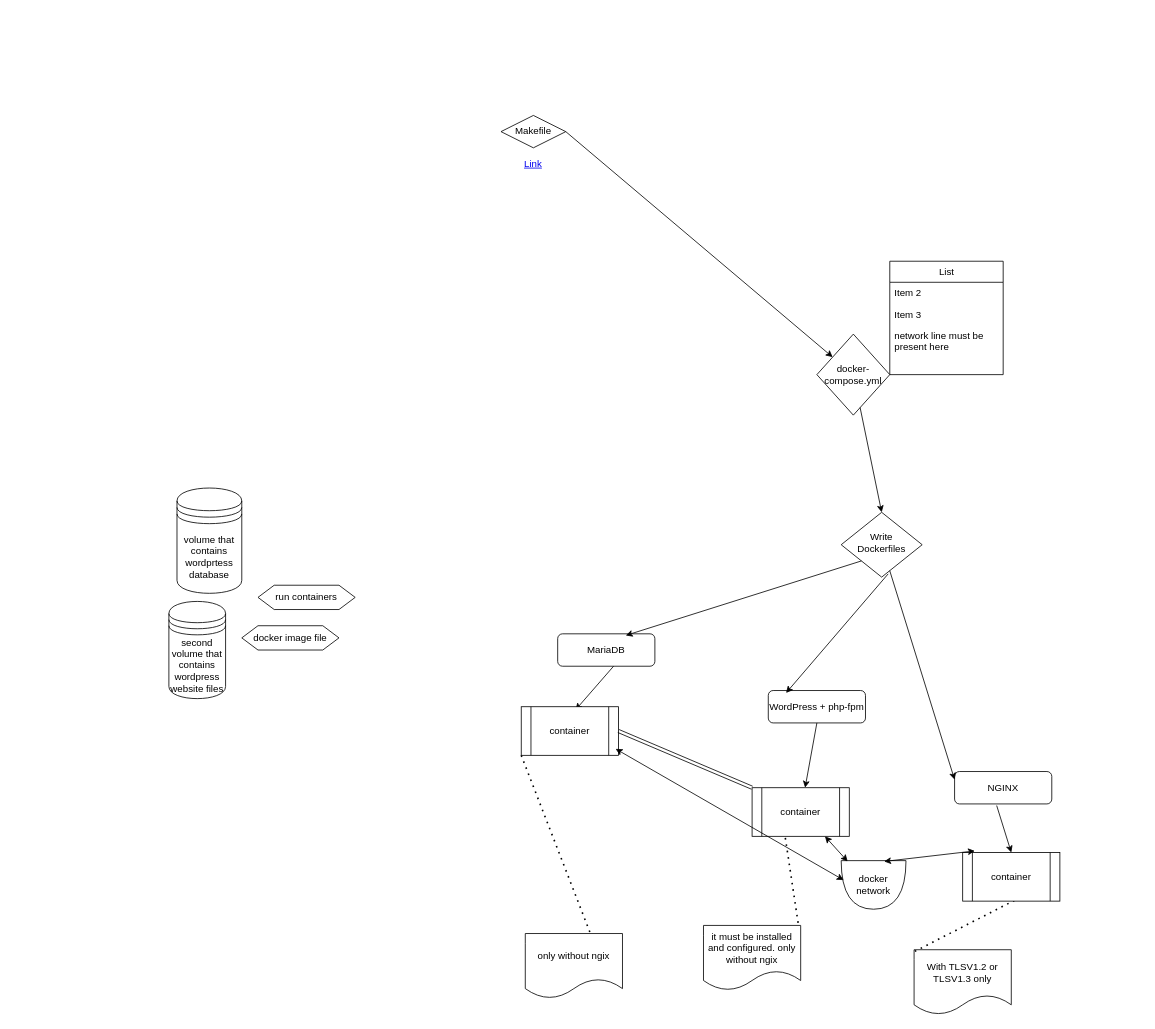
sparklebutt/Inception keeps this draw.io diagram as Untitled Diagram.drawio. Above is the earlier version. Source tidied: cells renumbered, new cells numbered last; positions are measured from the earlier drawing's top-left corner, leaving out a move shared by most shapes. Both pictures are drawn from the tidied source at 81%, with x=0, y=0 at pixel (168, 115).
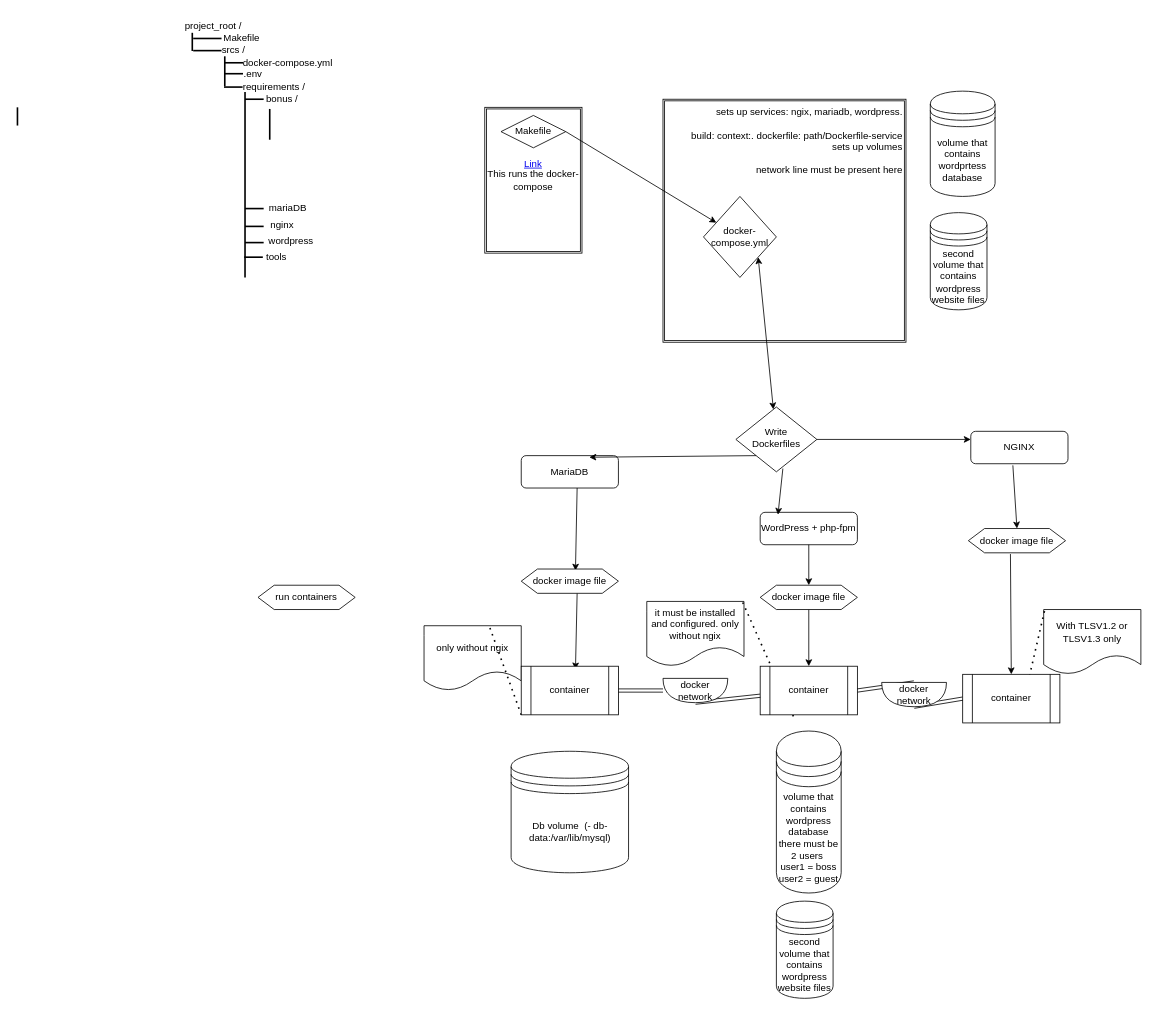
Above is the later version.

Diff of the diagram source:
```diff
@@
+    <mxCell id="39" value="sets up services: ngix, mariadb, wordpress.&lt;div&gt;&lt;br&gt;&lt;/div&gt;&lt;div&gt;build: context:. dockerfile: path/Dockerfile-service&lt;/div&gt;&lt;div&gt;sets up volumes&lt;/div&gt;&lt;div&gt;&lt;br&gt;&lt;/div&gt;&lt;div&gt;network line must be present here&lt;/div&gt;" style="shape=ext;double=1;whiteSpace=wrap;html=1;align=right;verticalAlign=top;" parent="1" vertex="1">
+      <mxGeometry x="610" y="-20" width="300" height="300" as="geometry" />
+    </mxCell>
+    <mxCell id="40" value="This runs the docker-compose" style="shape=ext;double=1;rounded=0;whiteSpace=wrap;html=1;" parent="1" vertex="1">
+      <mxGeometry x="390" y="-10" width="120" height="180" as="geometry" />
+    </mxCell>
     <mxCell id="2" value="NGINX" style="rounded=1;whiteSpace=wrap;html=1;fontSize=12;glass=0;strokeWidth=1;shadow=0;" parent="1" vertex="1">
-      <mxGeometry x="970" y="810" width="120" height="40" as="geometry" />
+      <mxGeometry x="990" y="390" width="120" height="40" as="geometry" />
     </mxCell>
     <mxCell id="3" value="Write Dockerfiles" style="rhombus;whiteSpace=wrap;html=1;shadow=0;fontFamily=Helvetica;fontSize=12;align=center;strokeWidth=1;spacing=6;spacingTop=-4;" parent="1" vertex="1">
-      <mxGeometry x="830" y="490" width="100" height="80" as="geometry" />
+      <mxGeometry x="700" y="360" width="100" height="80" as="geometry" />
     </mxCell>
     <mxCell id="4" value="MariaDB" style="rounded=1;whiteSpace=wrap;html=1;fontSize=12;glass=0;strokeWidth=1;shadow=0;" parent="1" vertex="1">
-      <mxGeometry x="480" y="640" width="120" height="40" as="geometry" />
+      <mxGeometry x="435" y="420" width="120" height="40" as="geometry" />
     </mxCell>
     <mxCell id="5" value="WordPress + php-fpm" style="rounded=1;whiteSpace=wrap;html=1;fontSize=12;glass=0;strokeWidth=1;shadow=0;" parent="1" vertex="1">
-      <mxGeometry x="740" y="710" width="120" height="40" as="geometry" />
+      <mxGeometry x="730" y="490" width="120" height="40" as="geometry" />
     </mxCell>
@@
     <mxCell id="10" value="docker-compose.yml" style="rhombus;whiteSpace=wrap;html=1;" parent="1" vertex="1">
-      <mxGeometry x="800" y="270" width="90" height="100" as="geometry" />
+      <mxGeometry x="660" y="100" width="90" height="100" as="geometry" />
     </mxCell>
@@
     <mxCell id="12" value="only without ngix" style="shape=document;whiteSpace=wrap;html=1;boundedLbl=1;" parent="1" vertex="1">
-      <mxGeometry x="440" y="1010" width="120" height="80" as="geometry" />
+      <mxGeometry x="315" y="630" width="120" height="80" as="geometry" />
     </mxCell>
     <mxCell id="13" value="it must be installed and configured. only without ngix" style="shape=document;whiteSpace=wrap;html=1;boundedLbl=1;" parent="1" vertex="1">
-      <mxGeometry x="660" y="1000" width="120" height="80" as="geometry" />
+      <mxGeometry x="590" y="600" width="120" height="80" as="geometry" />
     </mxCell>
     <mxCell id="14" value="With TLSV1.2 or TLSV1.3 only" style="shape=document;whiteSpace=wrap;html=1;boundedLbl=1;" parent="1" vertex="1">
-      <mxGeometry x="920" y="1030" width="120" height="80" as="geometry" />
+      <mxGeometry x="1080" y="610" width="120" height="80" as="geometry" />
     </mxCell>
@@
-    <mxCell id="19" style="endArrow=classic;html=1;rounded=0;entryX=0.5;entryY=0;entryDx=0;entryDy=0;" parent="1" edge="1" source="10" target="3">
-      <mxGeometry relative="1" as="geometry" />
-    </mxCell>
-    <mxCell id="20" style="endArrow=classic;html=1;rounded=0;exitX=0.575;exitY=1;exitDx=0;exitDy=0;exitPerimeter=0;entryX=0.558;entryY=0.067;entryDx=0;entryDy=0;entryPerimeter=0;" parent="1" edge="1" source="4" target="25">
+    <mxCell id="20" style="endArrow=classic;html=1;rounded=0;exitX=0.575;exitY=1;exitDx=0;exitDy=0;exitPerimeter=0;entryX=0.558;entryY=0.067;entryDx=0;entryDy=0;entryPerimeter=0;" parent="1" edge="1" source="26" target="25">
       <mxGeometry relative="1" as="geometry" />
     </mxCell>
-    <mxCell id="21" style="endArrow=classic;html=1;rounded=0;exitX=0.5;exitY=1;exitDx=0;exitDy=0;" parent="1" edge="1" source="5" target="24">
+    <mxCell id="21" style="endArrow=classic;html=1;rounded=0;exitX=0.5;exitY=1;exitDx=0;exitDy=0;" parent="1" edge="1" source="72" target="24">
       <mxGeometry relative="1" as="geometry" />
     </mxCell>
-    <mxCell id="22" style="endArrow=classic;html=1;rounded=0;exitX=0.433;exitY=1.05;exitDx=0;exitDy=0;exitPerimeter=0;entryX=0.5;entryY=0;entryDx=0;entryDy=0;" parent="1" edge="1" source="2" target="23">
+    <mxCell id="22" style="endArrow=classic;html=1;rounded=0;exitX=0.433;exitY=1.05;exitDx=0;exitDy=0;exitPerimeter=0;entryX=0.5;entryY=0;entryDx=0;entryDy=0;" parent="1" edge="1" source="74" target="23">
       <mxGeometry relative="1" as="geometry" />
     </mxCell>
     <mxCell id="23" value="container" style="shape=process;whiteSpace=wrap;html=1;backgroundOutline=1;" parent="1" vertex="1">
-      <mxGeometry x="980" y="910" width="120" height="60" as="geometry" />
+      <mxGeometry x="980" y="690" width="120" height="60" as="geometry" />
     </mxCell>
     <mxCell id="24" value="container" style="shape=process;whiteSpace=wrap;html=1;backgroundOutline=1;" parent="1" vertex="1">
-      <mxGeometry x="720" y="830" width="120" height="60" as="geometry" />
+      <mxGeometry x="730" y="680" width="120" height="60" as="geometry" />
     </mxCell>
     <mxCell id="25" value="container" style="shape=process;whiteSpace=wrap;html=1;backgroundOutline=1;" parent="1" vertex="1">
-      <mxGeometry x="435" y="730" width="120" height="60" as="geometry" />
+      <mxGeometry x="435" y="680" width="120" height="60" as="geometry" />
     </mxCell>
-    <mxCell id="26" value="docker image file" style="shape=hexagon;perimeter=hexagonPerimeter2;whiteSpace=wrap;html=1;fixedSize=1;" parent="1" vertex="1">
-      <mxGeometry x="90" y="630" width="120" height="30" as="geometry" />
-    </mxCell>
     <mxCell id="27" value="volume that contains wordprtess database" style="shape=datastore;whiteSpace=wrap;html=1;" parent="1" vertex="1">
-      <mxGeometry x="10" y="460" width="80" height="130" as="geometry" />
+      <mxGeometry x="940" y="-30" width="80" height="130" as="geometry" />
     </mxCell>
     <mxCell id="28" value="second volume that contains wordpress website files" style="shape=datastore;whiteSpace=wrap;html=1;" parent="1" vertex="1">
-      <mxGeometry y="600" width="70" height="120" as="geometry" />
+      <mxGeometry x="940" y="120" width="70" height="120" as="geometry" />
     </mxCell>
-    <mxCell id="29" value="docker network" style="shape=or;whiteSpace=wrap;html=1;direction=south;" parent="1" vertex="1">
-      <mxGeometry x="830" y="920" width="80" height="60" as="geometry" />
-    </mxCell>
-    <mxCell id="30" style="endArrow=classic;startArrow=classic;html=1;rounded=0;entryX=0.4;entryY=0.963;entryDx=0;entryDy=0;entryPerimeter=0;exitX=0.971;exitY=0.867;exitDx=0;exitDy=0;exitPerimeter=0;" parent="1" edge="1" source="25" target="29">
-      <mxGeometry relative="1" as="geometry" />
-    </mxCell>
-    <mxCell id="31" style="endArrow=classic;startArrow=classic;html=1;rounded=0;exitX=0.017;exitY=0.9;exitDx=0;exitDy=0;exitPerimeter=0;entryX=0.75;entryY=1;entryDx=0;entryDy=0;" parent="1" edge="1" source="29" target="24">
-      <mxGeometry relative="1" as="geometry" />
-    </mxCell>
-    <mxCell id="32" style="endArrow=classic;startArrow=classic;html=1;rounded=0;entryX=0.125;entryY=-0.033;entryDx=0;entryDy=0;entryPerimeter=0;exitX=0.017;exitY=0.338;exitDx=0;exitDy=0;exitPerimeter=0;" parent="1" edge="1" source="29" target="23">
-      <mxGeometry relative="1" as="geometry" />
-    </mxCell>
-    <mxCell id="33" value="List" style="swimlane;fontStyle=0;horizontal=1;startSize=26;fillColor=none;html=1;" parent="1" vertex="1">
-      <mxGeometry x="890" y="180" width="140" height="140" as="geometry" />
-    </mxCell>
-    <mxCell id="34" value="Item 2" style="text;strokeColor=none;fillColor=none;align=left;verticalAlign=top;spacingLeft=4;spacingRight=4;overflow=hidden;whiteSpace=wrap;html=1;" parent="33" vertex="1">
-      <mxGeometry y="26" width="140" height="26" as="geometry" />
-    </mxCell>
-    <mxCell id="35" value="Item 3" style="text;strokeColor=none;fillColor=none;align=left;verticalAlign=top;spacingLeft=4;spacingRight=4;overflow=hidden;whiteSpace=wrap;html=1;" parent="33" vertex="1">
-      <mxGeometry y="52" width="140" height="26" as="geometry" />
-    </mxCell>
-    <mxCell id="36" value="network line must be present here&lt;div&gt;&lt;br&gt;&lt;/div&gt;" style="text;strokeColor=none;fillColor=none;align=left;verticalAlign=top;spacingLeft=4;spacingRight=4;overflow=hidden;whiteSpace=wrap;html=1;" parent="33" vertex="1">
-      <mxGeometry y="78" width="140" height="62" as="geometry" />
-    </mxCell>
-    <mxCell id="37" style="shape=link;html=1;rounded=0;exitX=1;exitY=0.5;exitDx=0;exitDy=0;" parent="1" edge="1" source="25">
-      <mxGeometry relative="1" as="geometry">
-        <mxPoint x="720" y="830" as="targetPoint" />
-      </mxGeometry>
+    <mxCell id="37" style="shape=link;html=1;rounded=0;exitX=1;exitY=0.5;exitDx=0;exitDy=0;" parent="1" edge="1" source="29" target="24">
+      <mxGeometry relative="1" as="geometry" />
     </mxCell>
@@
+    <mxCell id="41" value="Makefile" style="text;html=1;align=center;verticalAlign=middle;whiteSpace=wrap;rounded=0;" parent="1" vertex="1">
+      <mxGeometry x="60" y="-110" width="60" height="30" as="geometry" />
+    </mxCell>
+    <mxCell id="42" value="project_root /" style="text;html=1;align=center;verticalAlign=middle;whiteSpace=wrap;rounded=0;" parent="1" vertex="1">
+      <mxGeometry x="15" y="-125" width="80" height="30" as="geometry" />
+    </mxCell>
+    <mxCell id="43" value="srcs /" style="text;html=1;align=center;verticalAlign=middle;whiteSpace=wrap;rounded=0;" parent="1" vertex="1">
+      <mxGeometry x="50" y="-95" width="60" height="30" as="geometry" />
+    </mxCell>
+    <mxCell id="44" value="docker-compose.yml" style="text;html=1;align=center;verticalAlign=middle;whiteSpace=wrap;rounded=0;" parent="1" vertex="1">
+      <mxGeometry x="72" y="-80" width="150" height="30" as="geometry" />
+    </mxCell>
+    <mxCell id="45" value=".env" style="text;html=1;align=center;verticalAlign=middle;whiteSpace=wrap;rounded=0;" parent="1" vertex="1">
+      <mxGeometry x="74" y="-66.5" width="60" height="30" as="geometry" />
+    </mxCell>
+    <mxCell id="46" value="requirements /" style="text;html=1;align=center;verticalAlign=middle;whiteSpace=wrap;rounded=0;" parent="1" vertex="1">
+      <mxGeometry x="90" y="-50" width="80" height="30" as="geometry" />
+    </mxCell>
+    <mxCell id="47" value="bonus /" style="text;html=1;align=center;verticalAlign=middle;whiteSpace=wrap;rounded=0;" parent="1" vertex="1">
+      <mxGeometry x="110" y="-40" width="60" height="39" as="geometry" />
+    </mxCell>
+    <mxCell id="48" style="line;strokeWidth=2;html=1;" parent="1" vertex="1">
+      <mxGeometry x="30" y="-102.5" width="35" height="15" as="geometry" />
+    </mxCell>
+    <mxCell id="49" style="group;" parent="1" vertex="1">
+      <mxGeometry x="22.8" y="-102" width="42.2" height="29.5" as="geometry" />
+    </mxCell>
+    <mxCell id="50" style="group;" parent="49" vertex="1">
+      <mxGeometry width="42.2" height="29.5" as="geometry" />
+    </mxCell>
+    <mxCell id="51" style="line;strokeWidth=2;direction=south;html=1;" parent="50" vertex="1">
+      <mxGeometry width="12.2" height="22.5" as="geometry" />
+    </mxCell>
+    <mxCell id="52" style="line;strokeWidth=2;html=1;" parent="50" vertex="1">
+      <mxGeometry x="7.2" y="14.5" width="35" height="15" as="geometry" />
+    </mxCell>
+    <mxCell id="53" style="line;strokeWidth=2;html=1;direction=south;" parent="1" vertex="1">
+      <mxGeometry x="-190" y="-10" width="6.1" height="22.5" as="geometry" />
+    </mxCell>
+    <mxCell id="54" value="mariaDB" style="text;html=1;align=center;verticalAlign=middle;whiteSpace=wrap;rounded=0;" parent="1" vertex="1">
+      <mxGeometry x="117" y="100" width="60" height="30" as="geometry" />
+    </mxCell>
+    <mxCell id="55" style="line;strokeWidth=2;direction=south;html=1;" parent="1" vertex="1">
+      <mxGeometry x="64" y="-73" width="10" height="37" as="geometry" />
+    </mxCell>
+    <mxCell id="56" style="line;strokeWidth=2;html=1;" parent="1" vertex="1">
+      <mxGeometry x="68.5" y="-70" width="23" height="10" as="geometry" />
+    </mxCell>
+    <mxCell id="57" style="line;strokeWidth=2;html=1;" parent="1" vertex="1">
+      <mxGeometry x="68.5" y="-56.5" width="23" height="10" as="geometry" />
+    </mxCell>
+    <mxCell id="58" style="line;strokeWidth=2;html=1;" parent="1" vertex="1">
+      <mxGeometry x="68" y="-40" width="23" height="10" as="geometry" />
+    </mxCell>
+    <mxCell id="59" style="line;strokeWidth=2;direction=south;html=1;" parent="1" vertex="1">
+      <mxGeometry x="89" y="-29" width="10" height="229" as="geometry" />
+    </mxCell>
+    <mxCell id="60" style="line;strokeWidth=2;html=1;" parent="1" vertex="1">
+      <mxGeometry x="94" y="-25" width="23" height="10" as="geometry" />
+    </mxCell>
+    <mxCell id="61" style="line;strokeWidth=2;html=1;" parent="1" vertex="1">
+      <mxGeometry x="94" y="110" width="23" height="10" as="geometry" />
+    </mxCell>
+    <mxCell id="62" style="line;strokeWidth=2;html=1;" parent="1" vertex="1">
+      <mxGeometry x="94" y="132" width="23" height="10" as="geometry" />
+    </mxCell>
+    <mxCell id="63" style="line;strokeWidth=2;html=1;" parent="1" vertex="1">
+      <mxGeometry x="94" y="152" width="23" height="10" as="geometry" />
+    </mxCell>
+    <mxCell id="64" value="wordpress" style="text;html=1;align=center;verticalAlign=middle;whiteSpace=wrap;rounded=0;" parent="1" vertex="1">
+      <mxGeometry x="121" y="140" width="60" height="30" as="geometry" />
+    </mxCell>
+    <mxCell id="65" value="nginx" style="text;html=1;align=center;verticalAlign=middle;whiteSpace=wrap;rounded=0;" parent="1" vertex="1">
+      <mxGeometry x="110" y="120" width="60" height="30" as="geometry" />
+    </mxCell>
+    <mxCell id="66" value="tools" style="text;html=1;align=center;verticalAlign=middle;whiteSpace=wrap;rounded=0;" parent="1" vertex="1">
+      <mxGeometry x="103" y="160" width="60" height="30" as="geometry" />
+    </mxCell>
+    <mxCell id="67" style="line;strokeWidth=2;html=1;" parent="1" vertex="1">
+      <mxGeometry x="93" y="170" width="23" height="10" as="geometry" />
+    </mxCell>
+    <mxCell id="68" style="line;strokeWidth=2;direction=south;html=1;" parent="1" vertex="1">
+      <mxGeometry x="19" y="-8" width="211" height="38" as="geometry" />
+    </mxCell>
+    <mxCell id="69" style="endArrow=classic;startArrow=classic;html=1;rounded=0;entryX=1;entryY=1;entryDx=0;entryDy=0;" parent="1" edge="1" source="3" target="10">
+      <mxGeometry relative="1" as="geometry" />
+    </mxCell>
+    <mxCell id="70" style="endArrow=classic;html=1;rounded=0;exitX=0.575;exitY=1;exitDx=0;exitDy=0;exitPerimeter=0;entryX=0.558;entryY=0.067;entryDx=0;entryDy=0;entryPerimeter=0;" parent="1" edge="1" source="4" target="26">
+      <mxGeometry relative="1" as="geometry" />
+    </mxCell>
+    <mxCell id="26" value="docker image file" style="shape=hexagon;perimeter=hexagonPerimeter2;whiteSpace=wrap;html=1;fixedSize=1;" parent="1" vertex="1">
+      <mxGeometry x="435" y="560" width="120" height="30" as="geometry" />
+    </mxCell>
+    <mxCell id="71" style="endArrow=classic;html=1;rounded=0;exitX=0.5;exitY=1;exitDx=0;exitDy=0;" parent="1" edge="1" source="5" target="72">
+      <mxGeometry relative="1" as="geometry" />
+    </mxCell>
+    <mxCell id="72" value="docker image file" style="shape=hexagon;perimeter=hexagonPerimeter2;whiteSpace=wrap;html=1;fixedSize=1;" parent="1" vertex="1">
+      <mxGeometry x="730" y="580" width="120" height="30" as="geometry" />
+    </mxCell>
+    <mxCell id="73" style="endArrow=classic;html=1;rounded=0;exitX=0.433;exitY=1.05;exitDx=0;exitDy=0;exitPerimeter=0;entryX=0.5;entryY=0;entryDx=0;entryDy=0;" parent="1" edge="1" source="2" target="74">
+      <mxGeometry relative="1" as="geometry" />
+    </mxCell>
+    <mxCell id="74" value="docker image file" style="shape=hexagon;perimeter=hexagonPerimeter2;whiteSpace=wrap;html=1;fixedSize=1;" parent="1" vertex="1">
+      <mxGeometry x="987" y="510" width="120" height="30" as="geometry" />
+    </mxCell>
+    <mxCell id="75" value="volume that contains wordpress database&lt;div&gt;there must be 2 users&amp;nbsp;&lt;div&gt;user1 = boss&lt;/div&gt;&lt;div&gt;user2 = guest&lt;/div&gt;&lt;/div&gt;" style="shape=datastore;whiteSpace=wrap;html=1;" parent="1" vertex="1">
+      <mxGeometry x="750" y="760" width="80" height="200" as="geometry" />
+    </mxCell>
+    <mxCell id="76" value="second volume that contains wordpress website files" style="shape=datastore;whiteSpace=wrap;html=1;" parent="1" vertex="1">
+      <mxGeometry x="750" y="970" width="70" height="120" as="geometry" />
+    </mxCell>
+    <mxCell id="77" style="shape=link;html=1;rounded=0;exitX=1;exitY=0.5;exitDx=0;exitDy=0;entryX=0;entryY=0.5;entryDx=0;entryDy=0;" parent="1" edge="1" source="79" target="23">
+      <mxGeometry relative="1" as="geometry" />
+    </mxCell>
+    <mxCell id="78" style="shape=link;html=1;rounded=0;exitX=1;exitY=0.5;exitDx=0;exitDy=0;entryX=0;entryY=0.5;entryDx=0;entryDy=0;" parent="1" edge="1" source="24" target="79">
+      <mxGeometry relative="1" as="geometry" />
+    </mxCell>
+    <mxCell id="79" value="docker network" style="shape=or;whiteSpace=wrap;html=1;direction=south;" parent="1" vertex="1">
+      <mxGeometry x="880" y="700" width="80" height="30" as="geometry" />
+    </mxCell>
+    <mxCell id="30" style="shape=link;html=1;rounded=0;exitX=1;exitY=0.5;exitDx=0;exitDy=0;" parent="1" edge="1" source="25" target="29">
+      <mxGeometry relative="1" as="geometry" />
+    </mxCell>
+    <mxCell id="29" value="docker network" style="shape=or;whiteSpace=wrap;html=1;direction=south;" parent="1" vertex="1">
+      <mxGeometry x="610" y="695" width="80" height="30" as="geometry" />
+    </mxCell>
+    <mxCell id="80" value="Db volume&amp;nbsp; (- db-data:/var/lib/mysql)" style="shape=datastore;whiteSpace=wrap;html=1;" parent="1" vertex="1">
+      <mxGeometry x="422.5" y="785" width="145" height="150" as="geometry" />
+    </mxCell>
```
